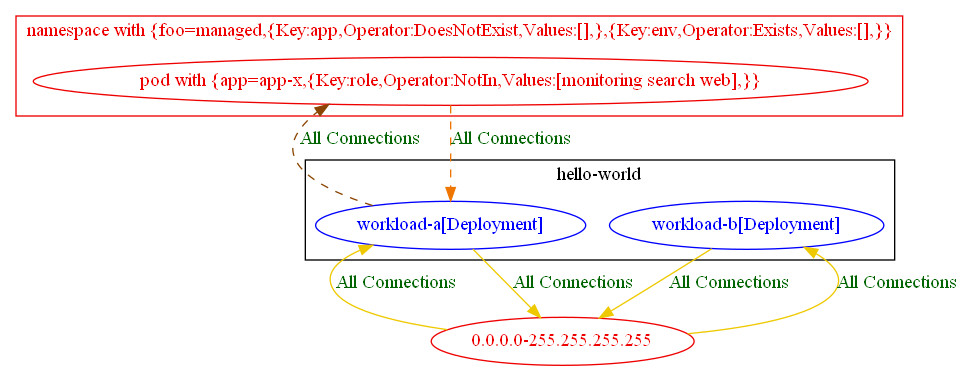
Above: test_outputs/connlist/exposure_test_with_anp_14_exposure_output.dot.png in np-guard/netpol-analyzer (Graphviz), before the change. Its source is kept beside it as test_outputs/connlist/exposure_test_with_anp_14_exposure_output.dot.
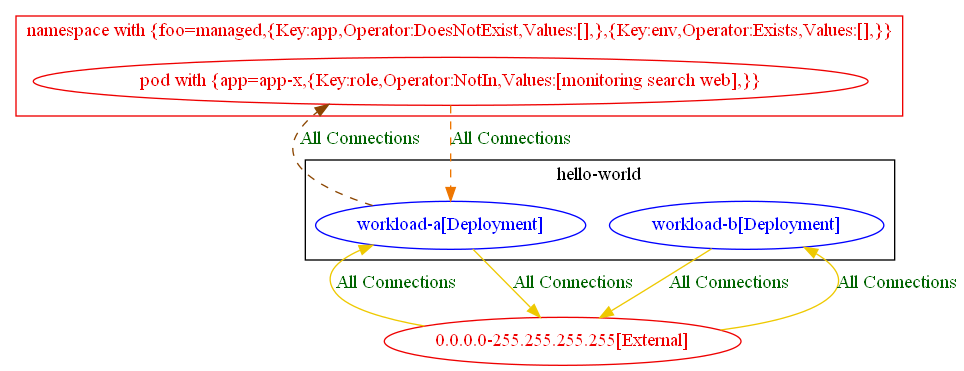
After the change.

The edit, as a diff of the source:
```diff
@@ -12,11 +12,11 @@
 		"pod with {app=app-x,{Key:role,Operator:NotIn,Values:[monitoring search web],}}_in_namespace with {foo=managed,{Key:app,Operator:DoesNotExist,Values:[],},{Key:env,Operator:Exists,Values:[],}}" [label="pod with {app=app-x,{Key:role,Operator:NotIn,Values:[monitoring search web],}}" color="red2" fontcolor="red2"]
 		label="namespace with {foo=managed,{Key:app,Operator:DoesNotExist,Values:[],},{Key:env,Operator:Exists,Values:[],}}"
 	}
-	"0.0.0.0-255.255.255.255" [label="0.0.0.0-255.255.255.255" color="red2" fontcolor="red2"]
-	"0.0.0.0-255.255.255.255" -> "hello-world/workload-a[Deployment]" [label="All Connections" color="gold2" fontcolor="darkgreen" weight=0.5]
-	"0.0.0.0-255.255.255.255" -> "hello-world/workload-b[Deployment]" [label="All Connections" color="gold2" fontcolor="darkgreen" weight=0.5]
-	"hello-world/workload-a[Deployment]" -> "0.0.0.0-255.255.255.255" [label="All Connections" color="gold2" fontcolor="darkgreen" weight=1]
+	"0.0.0.0-255.255.255.255[External]" [label="0.0.0.0-255.255.255.255[External]" color="red2" fontcolor="red2"]
+	"0.0.0.0-255.255.255.255[External]" -> "hello-world/workload-a[Deployment]" [label="All Connections" color="gold2" fontcolor="darkgreen" weight=0.5]
+	"0.0.0.0-255.255.255.255[External]" -> "hello-world/workload-b[Deployment]" [label="All Connections" color="gold2" fontcolor="darkgreen" weight=0.5]
+	"hello-world/workload-a[Deployment]" -> "0.0.0.0-255.255.255.255[External]" [label="All Connections" color="gold2" fontcolor="darkgreen" weight=1]
 	"hello-world/workload-a[Deployment]" -> "pod with {app=app-x,{Key:role,Operator:NotIn,Values:[monitoring search web],}}_in_namespace with {foo=managed,{Key:app,Operator:DoesNotExist,Values:[],},{Key:env,Operator:Exists,Values:[],}}" [label="All Connections" color="darkorange4" fontcolor="darkgreen" weight=0.5 style=dashed]
-	"hello-world/workload-b[Deployment]" -> "0.0.0.0-255.255.255.255" [label="All Connections" color="gold2" fontcolor="darkgreen" weight=1]
+	"hello-world/workload-b[Deployment]" -> "0.0.0.0-255.255.255.255[External]" [label="All Connections" color="gold2" fontcolor="darkgreen" weight=1]
 	"pod with {app=app-x,{Key:role,Operator:NotIn,Values:[monitoring search web],}}_in_namespace with {foo=managed,{Key:app,Operator:DoesNotExist,Values:[],},{Key:env,Operator:Exists,Values:[],}}" -> "hello-world/workload-a[Deployment]" [label="All Connections" color="darkorange2" fontcolor="darkgreen" weight=1 style=dashed]
 }
```
